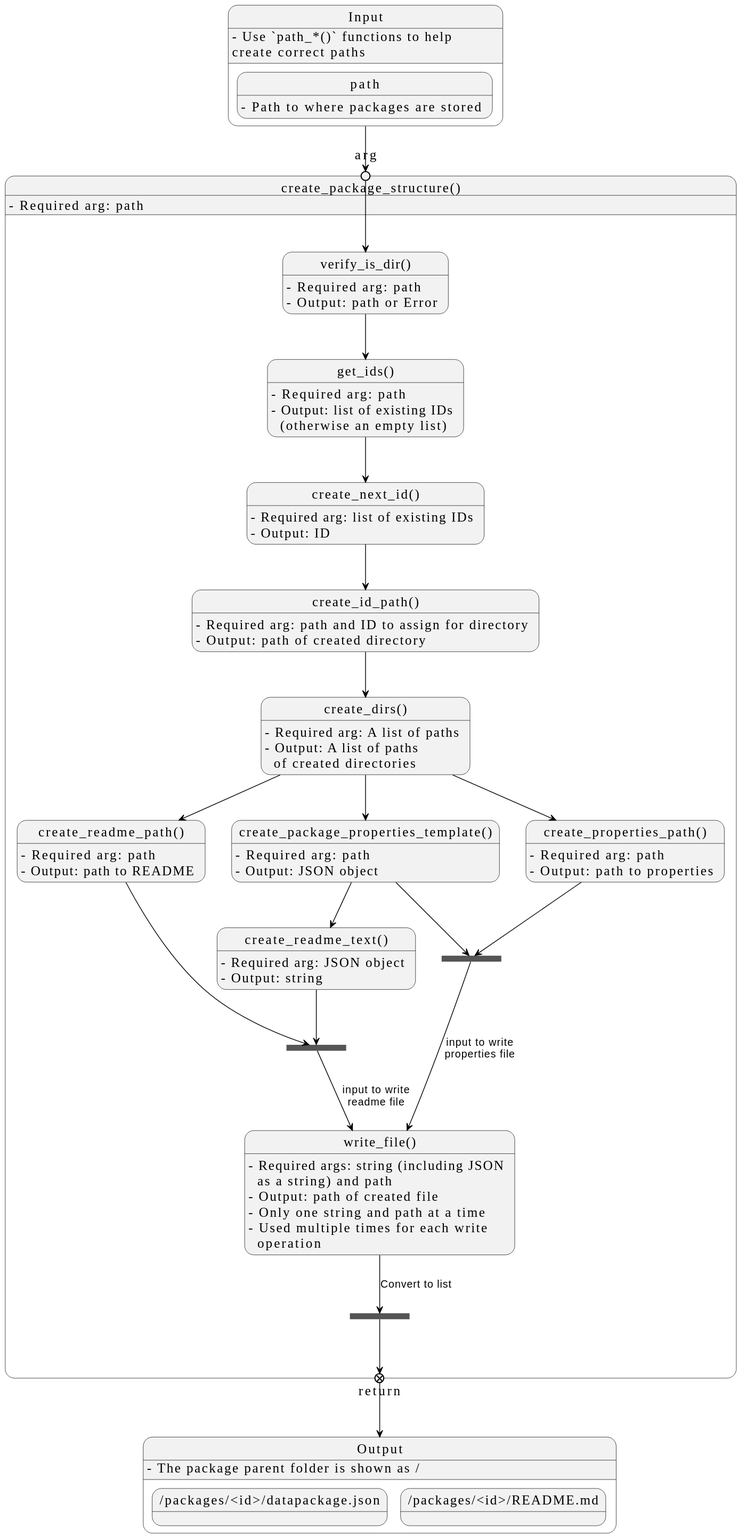
Before: docs/design/images/core-python-functions/create-package-structure.svg, a diagram exported from PlantUML (signekb/seedcase-sprout). Source of this version:
```plantuml
@startuml
!theme seedcase from https://raw.githubusercontent.com/seedcase-project/seedcase-theme/main

state "Input" as input {
  input: - Use `path_*()` functions to help\ncreate correct paths
  path : - Path to where packages are stored
}

state "Output" as output {
  output : - The package parent folder is shown as /
  state "/packages/<id>/datapackage.json" as properties_file
  state "/packages/<id>/README.md" as readme
}

state "create_package_structure()" as cps {
  cps : - Required arg: path

  state arg <<entryPoint>>
  input --> arg

  state "verify_is_dir()" as vid
  vid : - Required arg: path
  vid : - Output: path or Error
  arg --> vid

  state "get_ids()" as gi
  gi : - Required arg: path
  gi : - Output: list of existing IDs\n  (otherwise an empty list)
  vid --> gi

  state "create_next_id()" as cni
  cni : - Required arg: list of existing IDs
  cni : - Output: ID
  gi --> cni

  state "create_id_path()" as cip
  cip : - Required arg: path and ID to assign for directory
  cip : - Output: path of created directory
  cni --> cip

  state "create_dirs()" as cd
  cd : - Required arg: A list of paths
  cd : - Output: A list of paths\n  of created directories
  cip --> cd

  state "create_package_properties_template()" as cppt
  cppt : - Required arg: path
  cppt : - Output: JSON object
  cd --> cppt

  state "create_readme_text()" as crt
  crt : - Required arg: JSON object
  crt : - Output: string
  cppt --> crt

  state "create_readme_path()" as crp
  crp : - Required arg: path
  crp : - Output: path to README
  cd --> crp

  state "create_properties_path()" as cprop
  cprop : - Required arg: path
  cprop : - Output: path to properties
  cd --> cprop

  state "write_file()" as wf
  wf : - Required args: string (including JSON\n  as a string) and path
  wf : - Output: path of created file
  wf : - Only one string and path at a time
  wf : - Used multiple times for each write\n  operation

  state readme_input <<join>>
  state prop_input <<join>>
  state as_list <<join>>
  state return <<exitPoint>>

  cppt --> prop_input
  crt --> readme_input
  cprop --> prop_input
  crp --> readme_input

  prop_input --> wf : input to write\nproperties file
  readme_input --> wf : input to write\nreadme file

  wf --> as_list : Convert to list
  as_list --> return
  return --> output

  crp -[hidden]> cppt
  cppt-[hidden]> cprop
}
@enduml
```
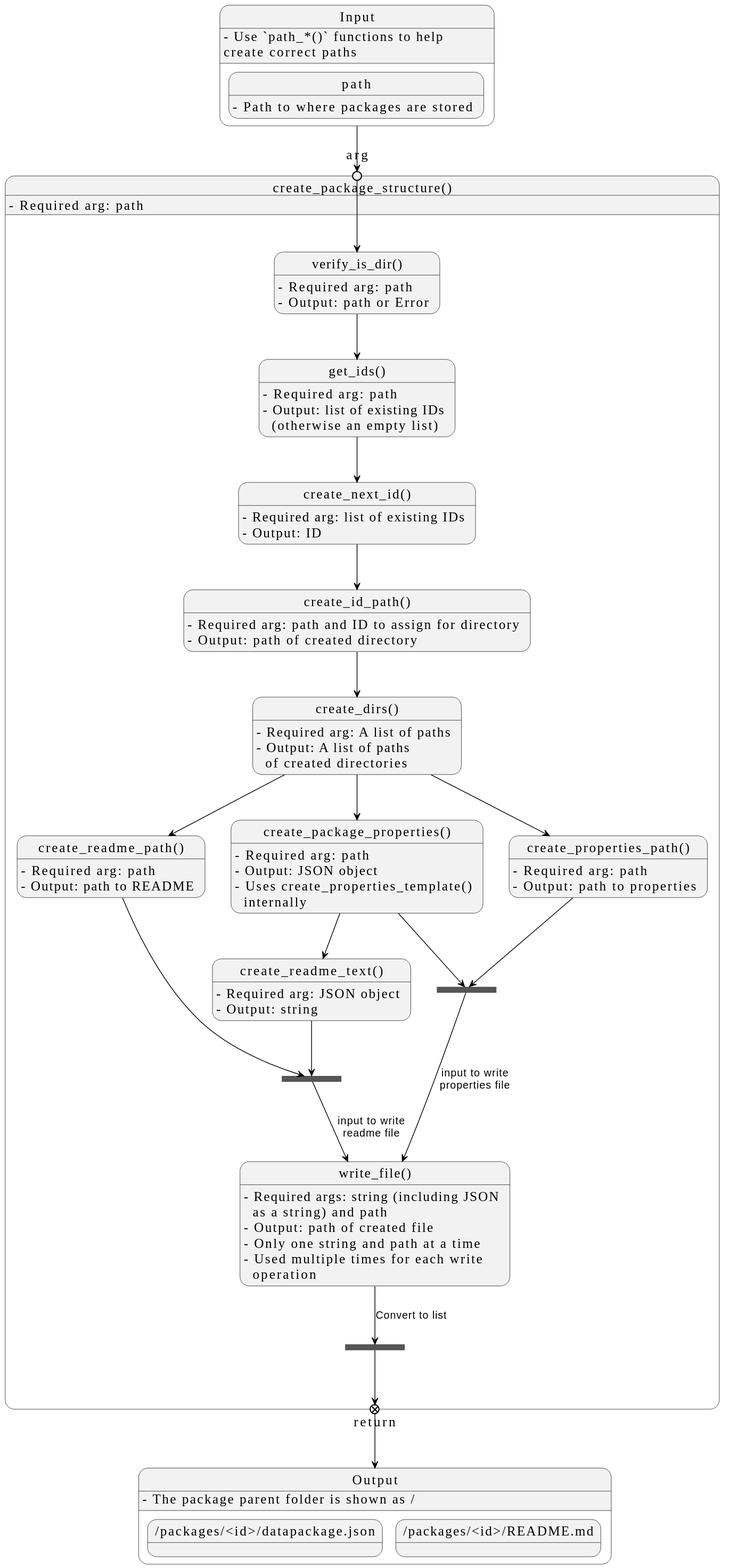
Later version of the same file.

Commit message:
docs: 📝 update function name to `create_package_properties()` (#624)

## Description

These changes are done to be clearer about what the function actually
does. We remove `_template` from the function name, since it creates the
properties file using the template. It doesn't actually create the
template itself.

## Reviewer Focus

<!-- Select quick/in-depth as necessary -->
This PR needs a quick review.

## Checklist

- [X] Updated documentation

Diff of the diagram source:
```diff
@@ -43,9 +43,10 @@
   cd : - Output: A list of paths\n  of created directories
   cip --> cd
 
-  state "create_package_properties_template()" as cppt
+  state "create_package_properties()" as cppt
   cppt : - Required arg: path
   cppt : - Output: JSON object
+  cppt : - Uses create_properties_template()\n  internally
   cd --> cppt
 
   state "create_readme_text()" as crt
```
